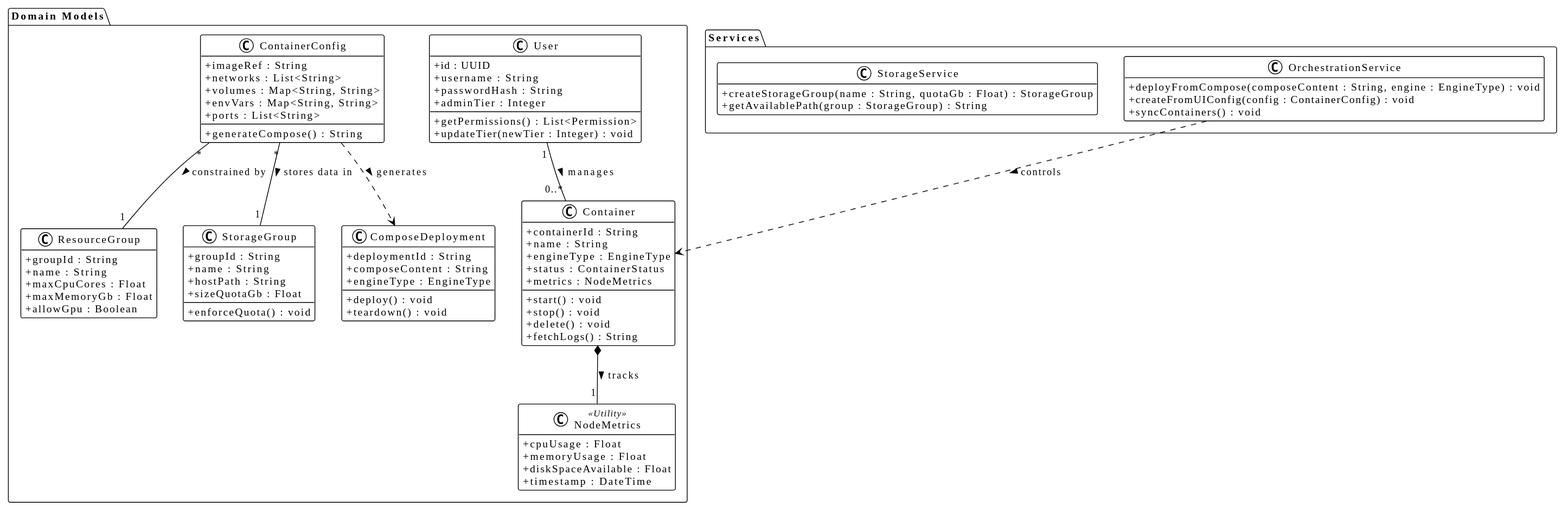
Before: Task1/use_case_diagrams/use_case_diagram.svg, a diagram exported from PlantUML (hriday111/SysMon).
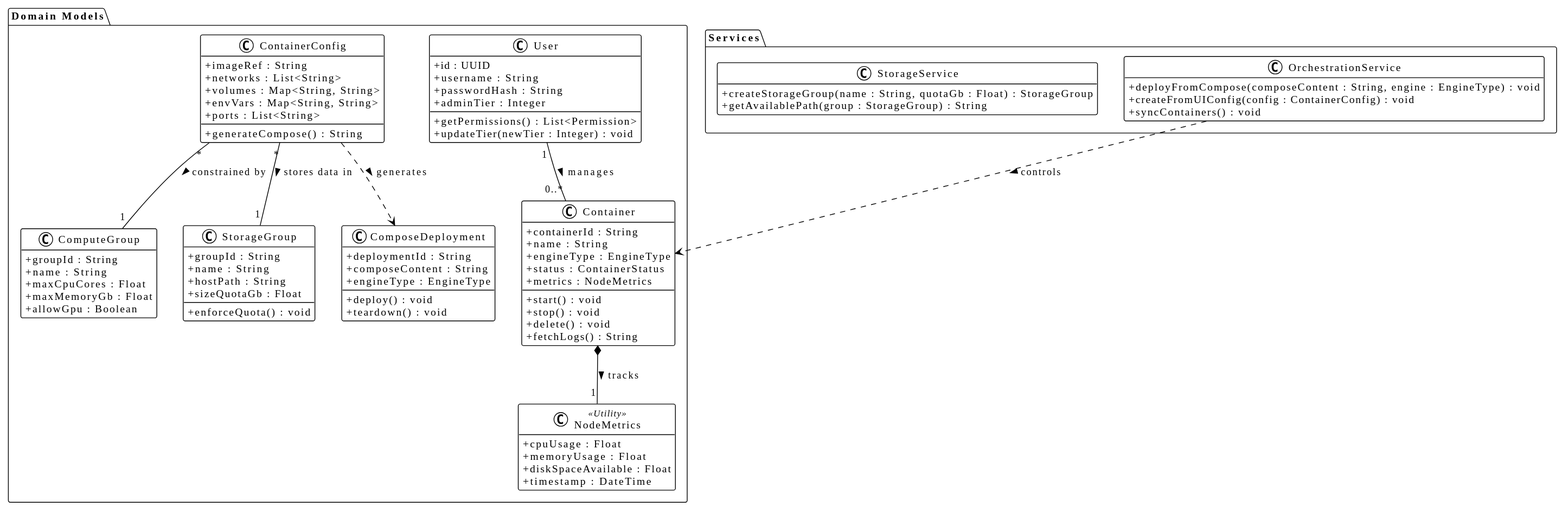
Above is the later version.

What changed in the source:
```diff
@@ -23,7 +23,7 @@
         + updateTier(newTier : Integer) : void
     }
 
-    class ResourceGroup {
+    class ComputeGroup {
         + groupId : String
         + name : String
         + maxCpuCores : Float
@@ -81,12 +81,12 @@
 }
 
 ContainerConfig -[hidden]right- User
-ResourceGroup -[hidden]right- StorageGroup
+ComputeGroup -[hidden]right- StorageGroup
 StorageGroup -[hidden]right- ComposeDeployment
 ComposeDeployment -[hidden]right- Container
 StorageService -[hidden]right- OrchestrationService
 
-ContainerConfig "*" -- "1" ResourceGroup : constrained by >
+ContainerConfig "*" -- "1" ComputeGroup : constrained by >
 ContainerConfig "*" -- "1" StorageGroup : stores data in >
 ContainerConfig ..> ComposeDeployment : generates >
 User "1" -- "0..*" Container : manages >
```
